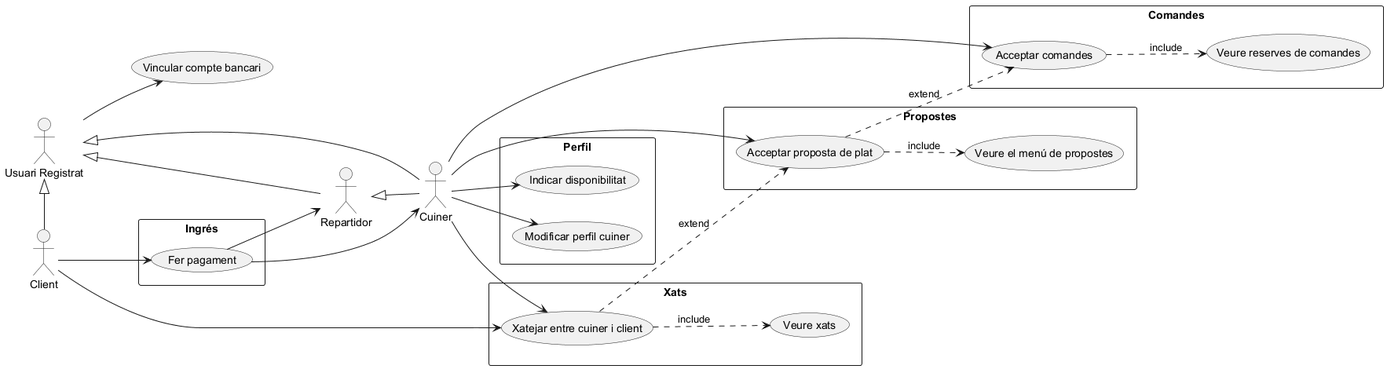
Before: documents/Diagrames/Cas d'ús/Cuiner/UML_Cas_d_us_Cuiner.png, a diagram exported from PlantUML (martipages/ES23UAB431-02).
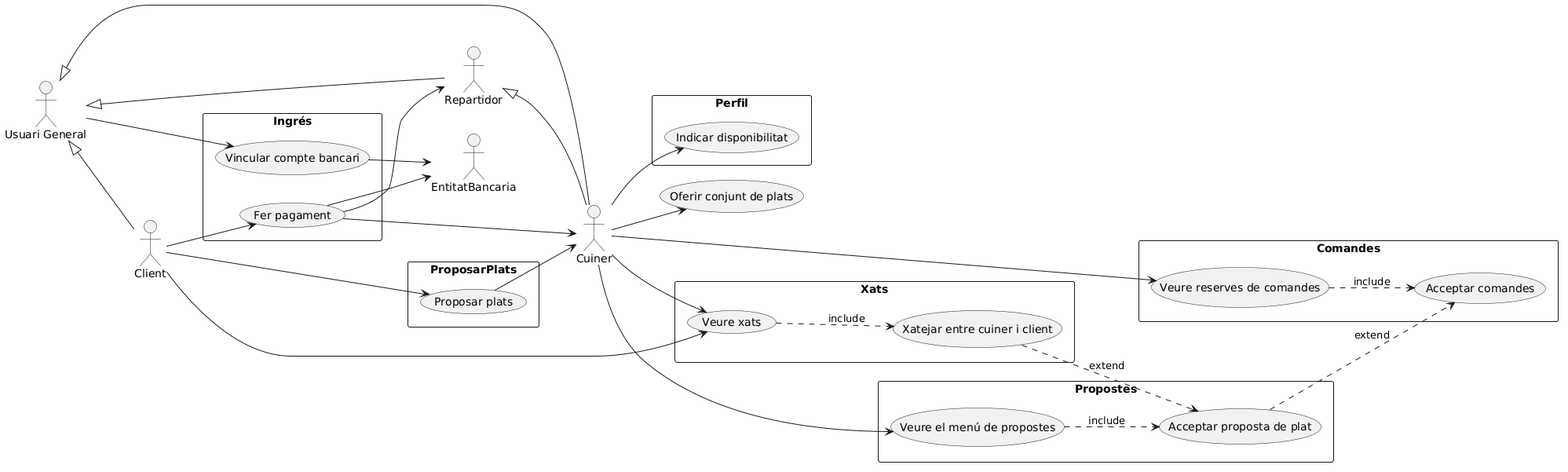
After the commit.

Diff of the diagram source:
```diff
@@ -1,16 +1,49 @@
 @startuml
 left to right direction
 
+
 :Cuiner:
+
 :Client:
+
 :Repartidor:
-:Usuari Registrat: as UsuariRegistrat
 
-Repartidor <|-- Cuiner
+:Usuari General: as UsuariGeneral
+
+
+rectangle Ingrés {
+
+(Fer pagament) as Pagament
+
+}
+
+
+rectangle ProposarPlats {
+
+(Proposar plats) as PropPlats
+
+}
+
+rectangle Xats {
+
+(Xatejar entre cuiner i client) as Xatejar
+
+(Veure xats) as VeureXats
+
+}
+
+
+rectangle Ingrés {
+
+(Fer pagament) as Pagament
+
+}
+
 
 rectangle Comandes {
 
 (Acceptar comandes) as AcceptarComanda
+
 (Veure reserves de comandes) as VeureReserves
 
 }
@@ -18,13 +51,13 @@
 rectangle Propostes {
 
 (Veure el menú de propostes) as MenúPropostes
+
 (Acceptar proposta de plat) as AcceptarProposta
 
 }
 
 rectangle Perfil {
 
-(Modificar perfil cuiner) as ModificarPerfilCuiner
 (Indicar disponibilitat) as Disponibilitat
 
 }
@@ -32,6 +65,7 @@
 rectangle Xats {
 
 (Xatejar entre cuiner i client) as Xatejar
+
 (Veure xats) as VeureXats
 
 }
@@ -40,33 +74,57 @@
 
 (Fer pagament) as Pagament
 
+(Vincular compte bancari) as VincularCompteBancari
+
 }
 
-(Vincular compte bancari) as VincularCompteBancari
 
-UsuariRegistrat --> VincularCompteBancari
+Repartidor <|-- Cuiner
 
-UsuariRegistrat <|- Cuiner
-UsuariRegistrat <|- Client
-UsuariRegistrat <|- Repartidor
+UsuariGeneral <|-- Client
 
-Cuiner --> ModificarPerfilCuiner
-Cuiner --> Disponibilitat
-Cuiner --> AcceptarComanda
-Cuiner --> AcceptarProposta
+UsuariGeneral <|-- Repartidor
 
-Cuiner --> Xatejar
+UsuariGeneral <|-- Cuiner
 
-Client --> Xatejar
+
+Pagament --> EntitatBancaria
+
+VincularCompteBancari --> EntitatBancaria
+
+
+Client --> PropPlats
 
 Client --> Pagament
-Pagament --> Cuiner
+
+Client --> VeureXats
+
+Cuiner --> Disponibilitat
+
+Cuiner --> VeureReserves
+
+Cuiner --> MenúPropostes
+
+Cuiner --> VeureXats
+
+Cuiner --> (Oferir conjunt de plats)
+
 Pagament --> Repartidor
 
-AcceptarComanda ..> VeureReserves : include
+Pagament --> Cuiner
+
+PropPlats --> Cuiner
+
+UsuariGeneral --> VincularCompteBancari
+
+
+VeureReserves ..> AcceptarComanda : include
+
 AcceptarProposta ..> AcceptarComanda : extend
+
 Xatejar ..> AcceptarProposta : extend
-AcceptarProposta ..> MenúPropostes : include
-Xatejar ..> VeureXats : include
 
+MenúPropostes ..> AcceptarProposta: include
+
+VeureXats  ..> Xatejar : include
 @enduml
```
